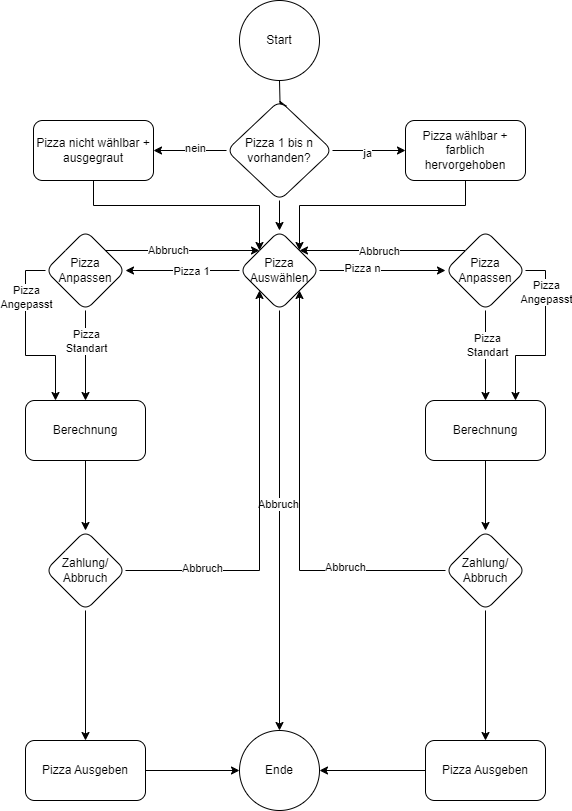
Earlier version of the draw.io export maier_tobias/PizzaautomatPaP.drawio.png (andreasweberd/2024_F2ab). Source tidied: cells renumbered, new cells last; positions are measured from the earlier drawing's top-left corner, leaving out a move shared by most shapes.
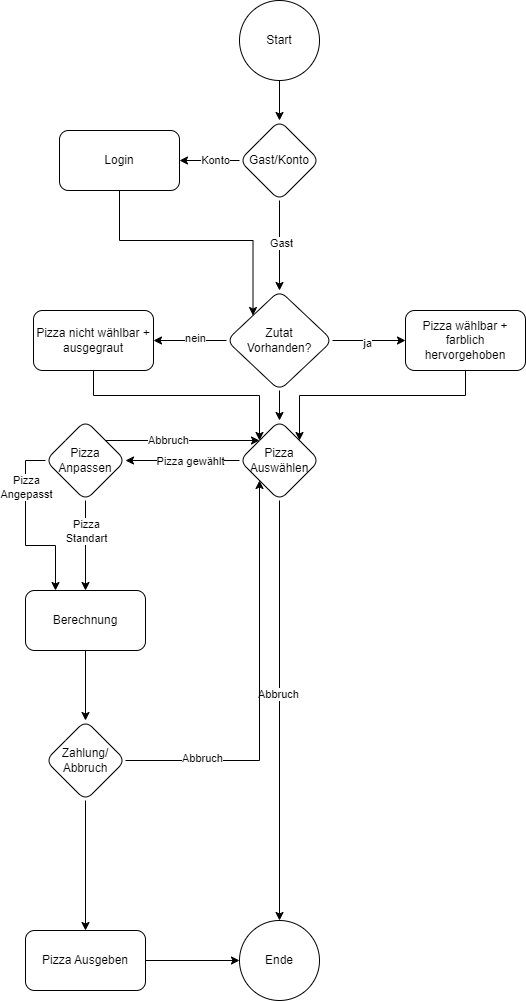
The same file after the commit.

Commit message:
War zu "symmetrisch" und man hat jetzt Wahl Konto/Gast

The edit, as a diff of the source:
```diff
@@ -2,23 +2,12 @@
   <root>
     <mxCell id="0" />
     <mxCell id="1" parent="0" />
-    <mxCell id="2" style="edgeStyle=orthogonalEdgeStyle;rounded=0;jettySize=auto;html=1;" parent="1" edge="1" target="15">
-      <mxGeometry relative="1" as="geometry">
-        <mxPoint x="254" y="80" as="sourcePoint" />
-      </mxGeometry>
-    </mxCell>
-    <mxCell id="3" style="edgeStyle=orthogonalEdgeStyle;rounded=0;jettySize=auto;html=1;entryX=0;entryY=0.5;entryDx=0;entryDy=0;" parent="1" edge="1" source="9" target="27">
-      <mxGeometry relative="1" as="geometry" />
-    </mxCell>
-    <mxCell id="4" value="Pizza n" style="edgeLabel;html=1;align=center;verticalAlign=middle;" parent="3" vertex="1">
-      <mxGeometry x="-0.34" y="3" relative="1" as="geometry" />
-    </mxCell>
     <mxCell id="5" style="edgeStyle=orthogonalEdgeStyle;rounded=0;jettySize=auto;html=1;" parent="1" edge="1" source="9">
       <mxGeometry relative="1" as="geometry">
         <mxPoint x="100" y="270" as="targetPoint" />
       </mxGeometry>
     </mxCell>
-    <mxCell id="6" value="Pizza 1" style="edgeLabel;html=1;align=center;verticalAlign=middle;" parent="5" vertex="1">
+    <mxCell id="6" value="Pizza gewählt" style="edgeLabel;html=1;align=center;verticalAlign=middle;" parent="5" vertex="1">
       <mxGeometry x="-0.14" relative="1" as="geometry" />
     </mxCell>
     <mxCell id="7" style="edgeStyle=orthogonalEdgeStyle;rounded=0;jettySize=auto;html=1;exitX=0.5;exitY=1;exitDx=0;exitDy=0;entryX=0.5;entryY=0;entryDx=0;entryDy=0;" parent="1" edge="1" source="9" target="51">
@@ -45,7 +34,7 @@
     <mxCell id="14" style="edgeStyle=orthogonalEdgeStyle;rounded=0;jettySize=auto;html=1;exitX=0.5;exitY=1;exitDx=0;exitDy=0;entryX=0.5;entryY=0;entryDx=0;entryDy=0;" parent="1" edge="1" source="15" target="9">
       <mxGeometry relative="1" as="geometry" />
     </mxCell>
-    <mxCell id="15" value="Pizza 1 bis n vorhanden?" style="rhombus;whiteSpace=wrap;html=1;rounded=1;" parent="1" vertex="1">
+    <mxCell id="15" value="Zutat&lt;div&gt;Vorhanden?&lt;/div&gt;" style="rhombus;whiteSpace=wrap;html=1;rounded=1;" parent="1" vertex="1">
       <mxGeometry x="201" y="100" width="106" height="100" as="geometry" />
     </mxCell>
     <mxCell id="16" style="edgeStyle=orthogonalEdgeStyle;rounded=0;jettySize=auto;html=1;exitX=0.5;exitY=1;exitDx=0;exitDy=0;entryX=0;entryY=0;entryDx=0;entryDy=0;" parent="1" edge="1" source="17" target="9">
@@ -60,30 +49,12 @@
     <mxCell id="19" value="Pizza wählbar + farblich hervorgehoben" style="whiteSpace=wrap;html=1;rounded=1;" parent="1" vertex="1">
       <mxGeometry x="380" y="120" width="120" height="60" as="geometry" />
     </mxCell>
+    <mxCell id="52" style="edgeStyle=orthogonalEdgeStyle;rounded=0;jettySize=auto;html=1;exitX=0.5;exitY=1;exitDx=0;exitDy=0;entryX=0.5;entryY=0;entryDx=0;entryDy=0;" parent="1" edge="1" source="20" target="57">
+      <mxGeometry relative="1" as="geometry" />
+    </mxCell>
     <mxCell id="20" value="Start" style="ellipse;whiteSpace=wrap;html=1;" parent="1" vertex="1">
-      <mxGeometry x="214" width="80" height="80" as="geometry" />
+      <mxGeometry x="214" y="-190" width="80" height="80" as="geometry" />
     </mxCell>
-    <mxCell id="21" style="edgeStyle=orthogonalEdgeStyle;rounded=0;jettySize=auto;html=1;exitX=0.5;exitY=1;exitDx=0;exitDy=0;entryX=0.5;entryY=0;entryDx=0;entryDy=0;" parent="1" edge="1" source="27" target="38">
-      <mxGeometry relative="1" as="geometry" />
-    </mxCell>
-    <mxCell id="22" value="Pizza&lt;div&gt;Standart&lt;/div&gt;" style="edgeLabel;html=1;align=center;verticalAlign=middle;" parent="21" vertex="1">
-      <mxGeometry x="-0.24" y="1" relative="1" as="geometry" />
-    </mxCell>
-    <mxCell id="23" style="edgeStyle=orthogonalEdgeStyle;rounded=0;jettySize=auto;html=1;exitX=1;exitY=0.5;exitDx=0;exitDy=0;entryX=0.75;entryY=0;entryDx=0;entryDy=0;" parent="1" edge="1" source="27" target="38">
-      <mxGeometry relative="1" as="geometry" />
-    </mxCell>
-    <mxCell id="24" value="Pizza&lt;div&gt;Angepasst&lt;/div&gt;" style="edgeLabel;html=1;align=center;verticalAlign=middle;" parent="23" vertex="1">
-      <mxGeometry x="-0.54" relative="1" as="geometry" />
-    </mxCell>
-    <mxCell id="25" style="edgeStyle=orthogonalEdgeStyle;rounded=0;jettySize=auto;html=1;exitX=0;exitY=0;exitDx=0;exitDy=0;entryX=1;entryY=0;entryDx=0;entryDy=0;" parent="1" edge="1" source="27" target="9">
-      <mxGeometry relative="1" as="geometry" />
-    </mxCell>
-    <mxCell id="26" value="Abbruch" style="edgeLabel;html=1;align=center;verticalAlign=middle;" parent="25" vertex="1">
-      <mxGeometry x="0.05" relative="1" as="geometry" />
-    </mxCell>
-    <mxCell id="27" value="Pizza Anpassen" style="rhombus;whiteSpace=wrap;html=1;rounded=1;" parent="1" vertex="1">
-      <mxGeometry x="420" y="230" width="80" height="80" as="geometry" />
-    </mxCell>
     <mxCell id="28" style="edgeStyle=orthogonalEdgeStyle;rounded=0;jettySize=auto;html=1;" parent="1" edge="1" source="34" target="36">
       <mxGeometry relative="1" as="geometry" />
     </mxCell>
@@ -111,12 +82,6 @@
     <mxCell id="36" value="Berechnung" style="whiteSpace=wrap;html=1;rounded=1;" parent="1" vertex="1">
       <mxGeometry y="400" width="120" height="60" as="geometry" />
     </mxCell>
-    <mxCell id="37" style="edgeStyle=orthogonalEdgeStyle;rounded=0;jettySize=auto;html=1;" parent="1" edge="1" source="38" target="46">
-      <mxGeometry relative="1" as="geometry" />
-    </mxCell>
-    <mxCell id="38" value="Berechnung" style="whiteSpace=wrap;html=1;rounded=1;" parent="1" vertex="1">
-      <mxGeometry x="400" y="400" width="120" height="60" as="geometry" />
-    </mxCell>
     <mxCell id="39" style="edgeStyle=orthogonalEdgeStyle;rounded=0;jettySize=auto;html=1;exitX=1;exitY=0.5;exitDx=0;exitDy=0;entryX=0;entryY=1;entryDx=0;entryDy=0;" parent="1" edge="1" source="42" target="9">
       <mxGeometry relative="1" as="geometry" />
     </mxCell>
@@ -129,32 +94,35 @@
     <mxCell id="42" value="Zahlung/&lt;div&gt;Abbruch&lt;/div&gt;" style="rhombus;whiteSpace=wrap;html=1;rounded=1;" parent="1" vertex="1">
       <mxGeometry x="20" y="530" width="80" height="80" as="geometry" />
     </mxCell>
-    <mxCell id="43" style="edgeStyle=orthogonalEdgeStyle;rounded=0;jettySize=auto;html=1;exitX=0;exitY=0.5;exitDx=0;exitDy=0;entryX=1;entryY=1;entryDx=0;entryDy=0;" parent="1" edge="1" source="46" target="9">
-      <mxGeometry relative="1" as="geometry" />
-    </mxCell>
-    <mxCell id="44" value="Abbruch" style="edgeLabel;html=1;align=center;verticalAlign=middle;" parent="43" vertex="1">
-      <mxGeometry x="-0.52" y="-4" relative="1" as="geometry" />
-    </mxCell>
-    <mxCell id="45" style="edgeStyle=orthogonalEdgeStyle;rounded=0;jettySize=auto;html=1;" parent="1" edge="1" source="46" target="50">
-      <mxGeometry relative="1" as="geometry" />
-    </mxCell>
-    <mxCell id="46" value="Zahlung/&lt;div&gt;Abbruch&lt;/div&gt;" style="rhombus;whiteSpace=wrap;html=1;rounded=1;" parent="1" vertex="1">
-      <mxGeometry x="420" y="530" width="80" height="80" as="geometry" />
-    </mxCell>
     <mxCell id="47" style="edgeStyle=orthogonalEdgeStyle;rounded=0;jettySize=auto;html=1;exitX=1;exitY=0.5;exitDx=0;exitDy=0;entryX=0;entryY=0.5;entryDx=0;entryDy=0;" parent="1" edge="1" source="48" target="51">
       <mxGeometry relative="1" as="geometry" />
     </mxCell>
     <mxCell id="48" value="Pizza Ausgeben" style="whiteSpace=wrap;html=1;rounded=1;" parent="1" vertex="1">
       <mxGeometry y="740" width="120" height="60" as="geometry" />
     </mxCell>
-    <mxCell id="49" style="edgeStyle=orthogonalEdgeStyle;rounded=0;jettySize=auto;html=1;exitX=0;exitY=0.5;exitDx=0;exitDy=0;entryX=1;entryY=0.5;entryDx=0;entryDy=0;" parent="1" edge="1" source="50" target="51">
-      <mxGeometry relative="1" as="geometry" />
-    </mxCell>
-    <mxCell id="50" value="Pizza Ausgeben" style="whiteSpace=wrap;html=1;rounded=1;" parent="1" vertex="1">
-      <mxGeometry x="400" y="740" width="120" height="60" as="geometry" />
-    </mxCell>
     <mxCell id="51" value="Ende" style="ellipse;whiteSpace=wrap;html=1;" parent="1" vertex="1">
       <mxGeometry x="214" y="730" width="80" height="80" as="geometry" />
     </mxCell>
+    <mxCell id="53" style="edgeStyle=orthogonalEdgeStyle;rounded=0;jettySize=auto;html=1;exitX=0.5;exitY=1;exitDx=0;exitDy=0;entryX=0.5;entryY=0;entryDx=0;entryDy=0;" parent="1" edge="1" source="57" target="15">
+      <mxGeometry relative="1" as="geometry" />
+    </mxCell>
+    <mxCell id="54" value="Gast" style="edgeLabel;html=1;align=center;verticalAlign=middle;" parent="53" vertex="1">
+      <mxGeometry x="-0.08" y="1" relative="1" as="geometry" />
+    </mxCell>
+    <mxCell id="55" style="edgeStyle=orthogonalEdgeStyle;rounded=0;jettySize=auto;html=1;" parent="1" edge="1" source="57" target="59">
+      <mxGeometry relative="1" as="geometry" />
+    </mxCell>
+    <mxCell id="56" value="Konto" style="edgeLabel;html=1;align=center;verticalAlign=middle;" parent="55" vertex="1">
+      <mxGeometry x="-0.17" y="-1" relative="1" as="geometry" />
+    </mxCell>
+    <mxCell id="57" value="Gast/Konto" style="rhombus;whiteSpace=wrap;html=1;rounded=1;" parent="1" vertex="1">
+      <mxGeometry x="214" y="-70" width="80" height="80" as="geometry" />
+    </mxCell>
+    <mxCell id="58" style="edgeStyle=orthogonalEdgeStyle;rounded=0;jettySize=auto;html=1;exitX=0.5;exitY=1;exitDx=0;exitDy=0;entryX=0;entryY=0;entryDx=0;entryDy=0;" parent="1" edge="1" source="59" target="15">
+      <mxGeometry relative="1" as="geometry" />
+    </mxCell>
+    <mxCell id="59" value="Login" style="whiteSpace=wrap;html=1;rounded=1;" parent="1" vertex="1">
+      <mxGeometry x="34" y="-60" width="120" height="60" as="geometry" />
+    </mxCell>
   </root>
 </mxGraphModel>
```
